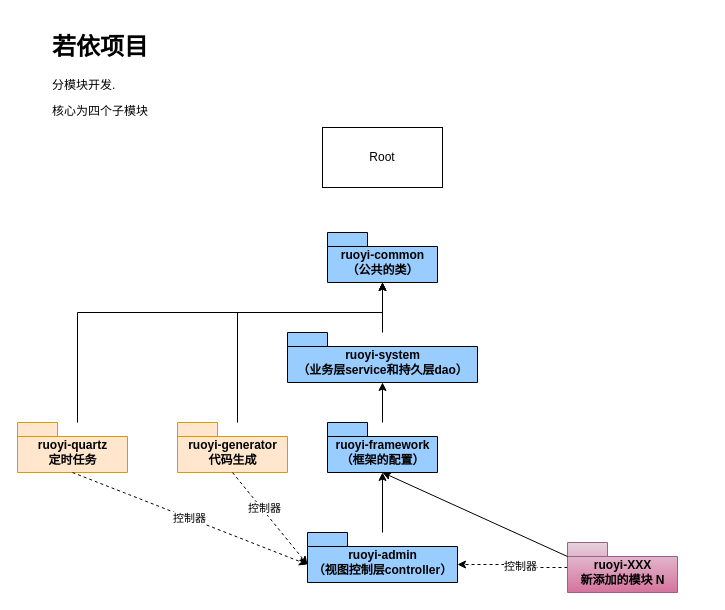
This is page "文件结构（模块关系）" (3 of 6) of RuoYi/若依框架.drawio from weihuohuayi/draw.io, a draw.io file, before an edit. Source tidied: cells renumbered, new cells numbered last; positions are measured from the earlier drawing's top-left corner, leaving out a move shared by most shapes. Both pictures are drawn from the tidied source at 100%, with x=0, y=0 at pixel (17, 27).
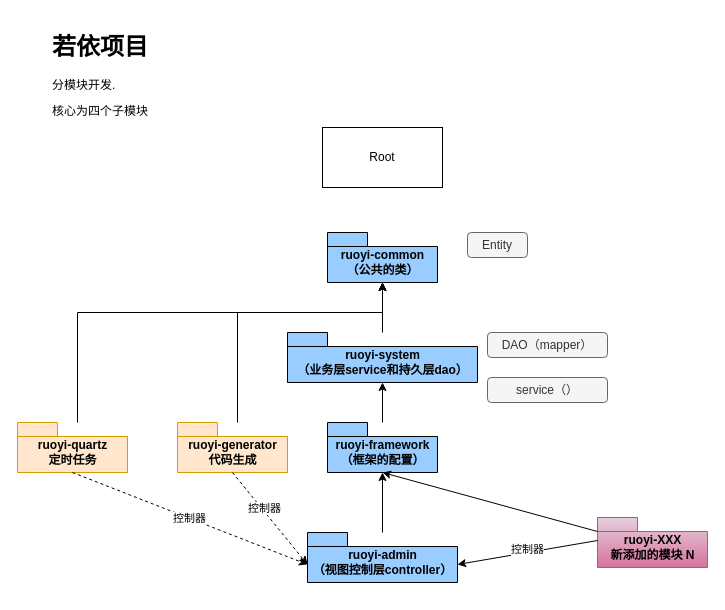
Above is the later version.

Unchanged cells that the change refers to:
```xml
<mxCell id="10" value="ruoyi-admin&lt;br&gt;（视图控制层controller）" style="shape=folder;fontStyle=1;spacingTop=10;tabWidth=40;tabHeight=14;tabPosition=left;html=1;fillColor=#99CCFF;" parent="1" vertex="1">
  <mxGeometry x="290" y="505" width="150" height="50" as="geometry" />
</mxCell>
```

Diff of the diagram source:
```diff
@@
-    <mxCell id="17" style="edgeStyle=orthogonalEdgeStyle;rounded=0;jettySize=auto;html=1;entryX=0;entryY=0;entryDx=150;entryDy=32;entryPerimeter=0;dashed=1;" parent="1" edge="1" source="19" target="10">
-      <mxGeometry relative="1" as="geometry" />
-    </mxCell>
-    <mxCell id="18" value="控制器" style="edgeLabel;html=1;align=center;verticalAlign=middle;" parent="17" vertex="1">
-      <mxGeometry x="-0.15" y="-2" relative="1" as="geometry" />
-    </mxCell>
     <mxCell id="19" value="ruoyi-XXX&lt;br&gt;新添加的模块 N" style="shape=folder;fontStyle=1;spacingTop=10;tabWidth=40;tabHeight=14;tabPosition=left;html=1;fillColor=#e6d0de;strokeColor=#996185;gradientColor=#d5739d;" parent="1" vertex="1">
-      <mxGeometry x="550" y="515" width="110" height="50" as="geometry" />
+      <mxGeometry x="580" y="490" width="110" height="50" as="geometry" />
     </mxCell>
@@
+    <mxCell id="17" style="endArrow=classic;html=1;rounded=0;exitX=0;exitY=0;exitDx=0;exitDy=23;exitPerimeter=0;entryX=0;entryY=0;entryDx=150;entryDy=32;entryPerimeter=0;" parent="1" edge="1" source="19" target="10">
+      <mxGeometry relative="1" as="geometry" />
+    </mxCell>
+    <mxCell id="18" value="控制器" style="edgeLabel;html=1;align=center;verticalAlign=middle;" parent="17" vertex="1">
+      <mxGeometry x="-0.31" relative="1" as="geometry">
+        <mxPoint x="-22" as="offset" />
+      </mxGeometry>
+    </mxCell>
+    <mxCell id="22" value="Entity" style="rounded=1;whiteSpace=wrap;html=1;fillColor=#f5f5f5;fontColor=#333333;strokeColor=#666666;" parent="1" vertex="1">
+      <mxGeometry x="450" y="205" width="60" height="25" as="geometry" />
+    </mxCell>
+    <mxCell id="23" value="DAO（mapper）" style="rounded=1;whiteSpace=wrap;html=1;fillColor=#f5f5f5;fontColor=#333333;strokeColor=#666666;" parent="1" vertex="1">
+      <mxGeometry x="470" y="305" width="120" height="25" as="geometry" />
+    </mxCell>
+    <mxCell id="24" value="service（）" style="rounded=1;whiteSpace=wrap;html=1;fillColor=#f5f5f5;fontColor=#333333;strokeColor=#666666;" parent="1" vertex="1">
+      <mxGeometry x="470" y="350" width="120" height="25" as="geometry" />
+    </mxCell>
```
